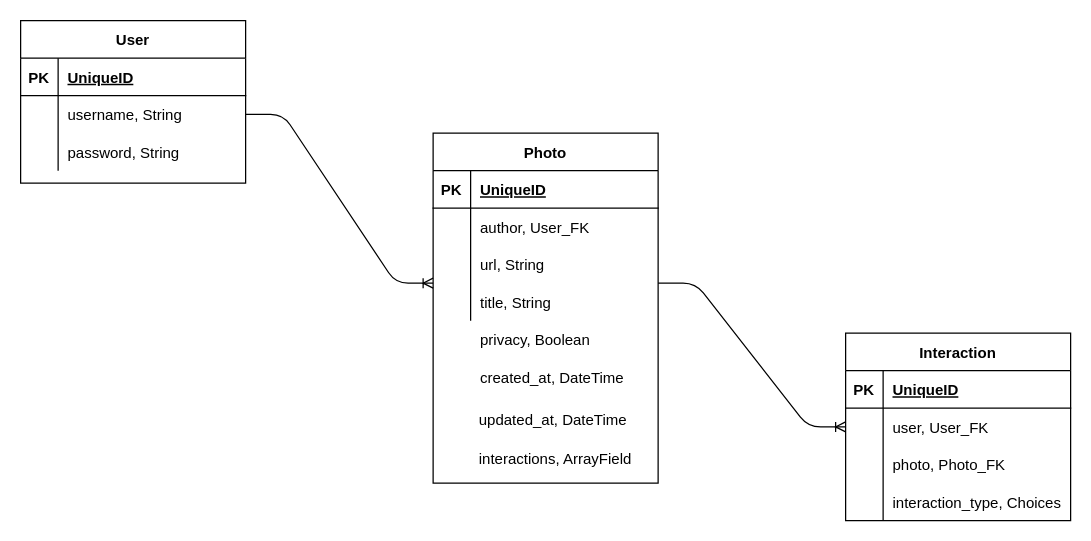
Above: media/erd.drawio in chuckchoiboi/snapper (draw.io), before the change. Source tidied: cells renumbered, new cells numbered last; positions are measured from the earlier drawing's top-left corner, leaving out a move shared by most shapes. Both pictures are drawn from the tidied source at 125%, with x=0, y=0 at pixel (20, 20).
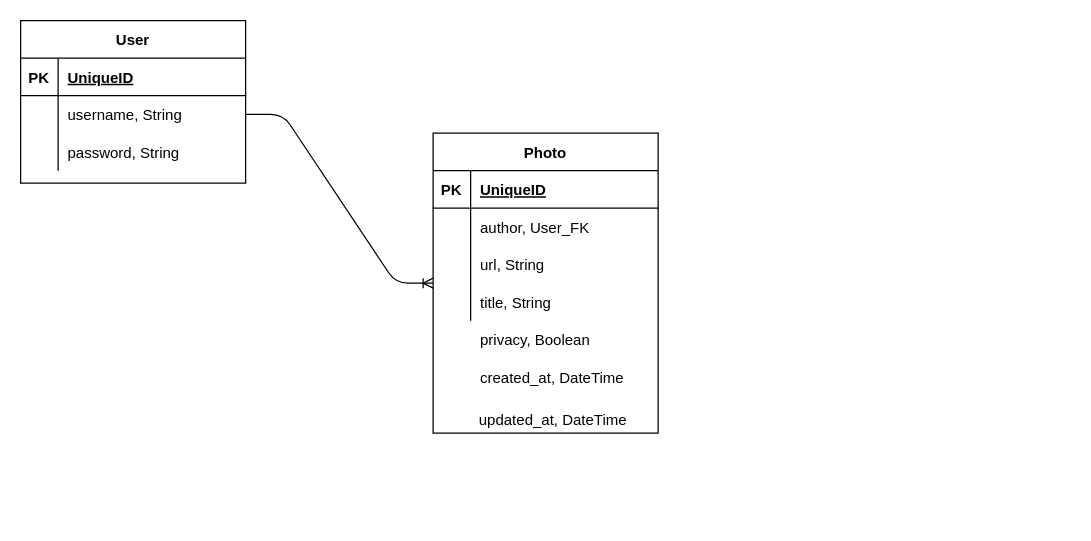
The same diagram, later.

The edit, as a diff of the source:
```diff
@@
     <mxCell id="12" value="Photo" style="shape=table;startSize=30;childLayout=tableLayout;rowLines=0;fontStyle=1;align=center;" parent="1" vertex="1">
-      <mxGeometry x="330" y="90" width="180" height="280" as="geometry" />
+      <mxGeometry x="330" y="90" width="180" height="240" as="geometry" />
     </mxCell>
@@
-    <mxCell id="25" value="Interaction" style="shape=table;startSize=30;childLayout=tableLayout;rowLines=0;fontStyle=1;align=center;" parent="1" vertex="1">
-      <mxGeometry x="660" y="250" width="180" height="150" as="geometry" />
-    </mxCell>
-    <mxCell id="26" style="shape=partialRectangle;fillColor=none;top=0;left=0;bottom=1;right=0;" parent="25" vertex="1">
-      <mxGeometry y="30" width="180" height="30" as="geometry" />
-    </mxCell>
-    <mxCell id="27" value="PK" style="shape=partialRectangle;fillColor=none;top=0;left=0;bottom=0;right=0;fontStyle=1;overflow=hidden;" parent="26" vertex="1">
-      <mxGeometry width="30" height="30" as="geometry" />
-    </mxCell>
-    <mxCell id="28" value="UniqueID" style="shape=partialRectangle;fillColor=none;top=0;left=0;bottom=0;right=0;align=left;spacingLeft=6;fontStyle=5;overflow=hidden;" parent="26" vertex="1">
-      <mxGeometry x="30" width="150" height="30" as="geometry" />
-    </mxCell>
-    <mxCell id="29" style="shape=partialRectangle;fillColor=none;top=0;left=0;bottom=0;right=0;points=[[0,0.5],[1,0.5]];portConstraint=eastwest;" parent="25" vertex="1">
-      <mxGeometry y="60" width="180" height="30" as="geometry" />
-    </mxCell>
-    <mxCell id="30" style="shape=partialRectangle;fillColor=none;top=0;left=0;bottom=0;right=0;overflow=hidden;" parent="29" vertex="1">
-      <mxGeometry width="30" height="30" as="geometry" />
-    </mxCell>
-    <mxCell id="31" value="user, User_FK" style="shape=partialRectangle;fillColor=none;top=0;left=0;bottom=0;right=0;align=left;spacingLeft=6;overflow=hidden;" parent="29" vertex="1">
-      <mxGeometry x="30" width="150" height="30" as="geometry" />
-    </mxCell>
-    <mxCell id="32" style="shape=partialRectangle;fillColor=none;top=0;left=0;bottom=0;right=0;" parent="25" vertex="1">
-      <mxGeometry y="90" width="180" height="30" as="geometry" />
-    </mxCell>
-    <mxCell id="33" style="shape=partialRectangle;fillColor=none;top=0;left=0;bottom=0;right=0;overflow=hidden;" parent="32" vertex="1">
-      <mxGeometry width="30" height="30" as="geometry" />
-    </mxCell>
-    <mxCell id="34" value="photo, Photo_FK" style="shape=partialRectangle;fillColor=none;top=0;left=0;bottom=0;right=0;align=left;spacingLeft=6;overflow=hidden;" parent="32" vertex="1">
-      <mxGeometry x="30" width="150" height="30" as="geometry" />
-    </mxCell>
-    <mxCell id="35" style="shape=partialRectangle;fillColor=none;top=0;left=0;bottom=0;right=0;" parent="25" vertex="1">
-      <mxGeometry y="120" width="180" height="30" as="geometry" />
-    </mxCell>
-    <mxCell id="36" style="shape=partialRectangle;fillColor=none;top=0;left=0;bottom=0;right=0;overflow=hidden;" parent="35" vertex="1">
-      <mxGeometry width="30" height="30" as="geometry" />
-    </mxCell>
-    <mxCell id="37" value="interaction_type, Choices" style="shape=partialRectangle;fillColor=none;top=0;left=0;bottom=0;right=0;align=left;spacingLeft=6;overflow=hidden;" parent="35" vertex="1">
-      <mxGeometry x="30" width="150" height="30" as="geometry" />
-    </mxCell>
@@
-    <mxCell id="41" style="edgeStyle=entityRelationEdgeStyle;fontSize=12;html=1;endArrow=ERoneToMany;entryX=0;entryY=0.5;entryDx=0;entryDy=0;" parent="1" edge="1" target="29">
-      <mxGeometry relative="1" as="geometry">
-        <mxPoint x="510" y="210" as="sourcePoint" />
-      </mxGeometry>
-    </mxCell>
@@
-    <mxCell id="43" value="interactions, ArrayField" style="shape=partialRectangle;fillColor=none;top=0;left=0;bottom=0;right=0;align=left;spacingLeft=6;overflow=hidden;" parent="1" vertex="1">
-      <mxGeometry x="359" y="335" width="150" height="30" as="geometry" />
-    </mxCell>
```
